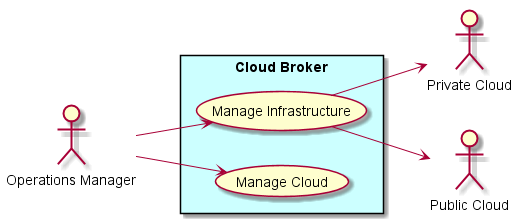
Above: docs/Solution/Cloud-Broker/UseCases.png in CAADE/C3 (PlantUML), before the change. Its diagram source:
```plantuml
@startuml

left to right direction

actor :Operations Manager: as Ops
actor :Private Cloud: as PC1
actor :Public Cloud: as PC2

rectangle "Cloud Broker" #ccffff {
    UseCase UC1 as "Manage Infrastructure"
    UseCase UC2 as "Manage Cloud"
    Ops --> UC1
    Ops --> UC2
    UC1 --> PC1
    UC1 --> PC2
}

@enduml
```
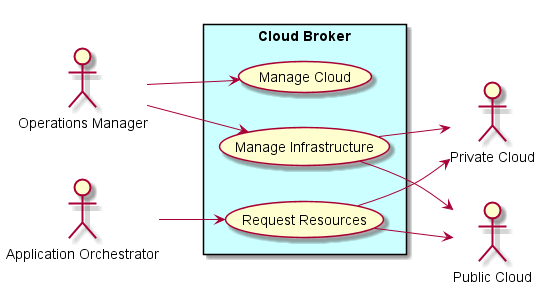
Later version of the same file.

The edit, as a diff of the source:
```diff
@@ -3,16 +3,21 @@
 left to right direction
 
 actor :Operations Manager: as Ops
+actor :Application Orchestrator: as AO
 actor :Private Cloud: as PC1
 actor :Public Cloud: as PC2
 
 rectangle "Cloud Broker" #ccffff {
     UseCase UC1 as "Manage Infrastructure"
     UseCase UC2 as "Manage Cloud"
+    UseCase UC3 as "Request Resources"
     Ops --> UC1
     Ops --> UC2
     UC1 --> PC1
     UC1 --> PC2
+    UC3 --> PC1
+    UC3 --> PC2
+    AO --> UC3
 }
 
 @enduml
```
